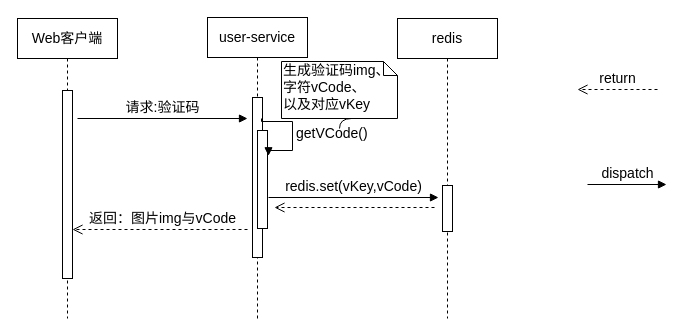
waterwatermelon/graph keeps this draw.io diagram as page "sequence-vcode" (1 of 4) of CDRS/module-design.drawio. Above is the earlier version. Source tidied: cells renumbered, new cells numbered last; positions are measured from the earlier drawing's top-left corner, leaving out a move shared by most shapes. Both pictures are drawn from the tidied source at 100%, with x=0, y=0 at pixel (17, 17).
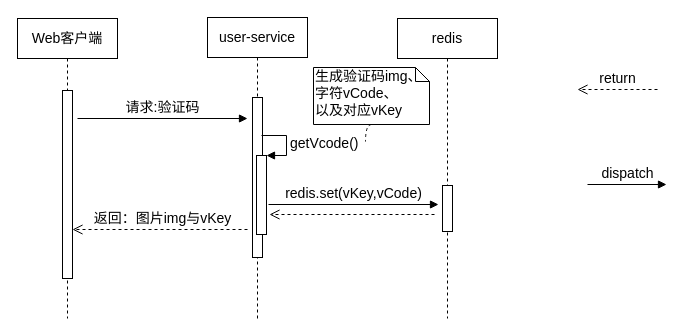
The same diagram, later.

The change refers to these unchanged cells:
```xml
<mxCell id="2" value="user-service" style="shape=umlLifeline;perimeter=lifelinePerimeter;whiteSpace=wrap;html=1;fontSize=14;" parent="1" vertex="1">
  <mxGeometry x="190" width="100" height="301" as="geometry" />
</mxCell>
```

The edit, as a diff of the source:
```diff
@@
+    <mxCell id="18" style="html=1;points=[];perimeter=orthogonalPerimeter;strokeColor=#000000;strokeWidth=1;fontSize=14;fontColor=none;" parent="2" vertex="1">
+      <mxGeometry x="49" y="138" width="10" height="79" as="geometry" />
+    </mxCell>
+    <mxCell id="19" value="getVcode()" style="edgeStyle=orthogonalEdgeStyle;html=1;align=left;spacingLeft=2;endArrow=block;rounded=0;entryX=1;entryY=0;strokeWidth=1;fontSize=14;fontColor=none;" parent="2" edge="1" target="18">
+      <mxGeometry relative="1" as="geometry">
+        <mxPoint x="54" y="118" as="sourcePoint" />
+        <Array as="points">
+          <mxPoint x="79" y="118" />
+        </Array>
+      </mxGeometry>
+    </mxCell>
@@
-    <mxCell id="9" style="html=1;points=[];perimeter=orthogonalPerimeter;fontSize=14;" parent="1" vertex="1">
-      <mxGeometry x="240" y="113" width="10" height="98" as="geometry" />
-    </mxCell>
-    <mxCell id="10" value="getVCode()" style="edgeStyle=orthogonalEdgeStyle;html=1;align=left;spacingLeft=2;endArrow=block;rounded=0;fontSize=14;entryX=1.1;entryY=0.258;entryDx=0;entryDy=0;entryPerimeter=0;" parent="1" edge="1" target="9">
-      <mxGeometry relative="1" as="geometry">
-        <mxPoint x="244" y="101" as="sourcePoint" />
-        <Array as="points">
-          <mxPoint x="275" y="104" />
-          <mxPoint x="275" y="133" />
-        </Array>
-      </mxGeometry>
-    </mxCell>
-    <mxCell id="11" style="edgeStyle=orthogonalEdgeStyle;rounded=0;orthogonalLoop=1;jettySize=auto;html=1;exitX=0.5;exitY=1;exitDx=0;exitDy=0;exitPerimeter=0;fontSize=14;curved=1;endArrow=none;endFill=0;" parent="1" edge="1">
-      <mxGeometry relative="1" as="geometry">
-        <mxPoint x="334" y="101" as="sourcePoint" />
-        <mxPoint x="322" y="111" as="targetPoint" />
-      </mxGeometry>
-    </mxCell>
+    <mxCell id="20" style="edgeStyle=orthogonalEdgeStyle;rounded=0;jettySize=auto;html=1;exitX=0.5;exitY=1;exitDx=0;exitDy=0;exitPerimeter=0;strokeWidth=1;fontSize=14;fontColor=none;endArrow=none;endFill=0;dashed=1;curved=1;" parent="1" edge="1" source="12">
+      <mxGeometry relative="1" as="geometry">
+        <mxPoint x="348" y="124" as="targetPoint" />
+      </mxGeometry>
+    </mxCell>
     <mxCell id="12" value="&lt;span style=&quot;white-space: nowrap; font-size: 14px;&quot;&gt;生成验证码img、&lt;/span&gt;&lt;br style=&quot;white-space: nowrap; font-size: 14px;&quot;&gt;&lt;span style=&quot;white-space: nowrap; font-size: 14px;&quot;&gt;字符vCode、&lt;/span&gt;&lt;br style=&quot;white-space: nowrap; font-size: 14px;&quot;&gt;&lt;span style=&quot;white-space: nowrap; font-size: 14px;&quot;&gt;以及对应vKey&lt;/span&gt;" style="shape=note;whiteSpace=wrap;html=1;size=14;verticalAlign=top;align=left;spacingTop=-6;fontSize=14;" parent="1" vertex="1">
-      <mxGeometry x="264" y="44" width="116" height="57" as="geometry" />
+      <mxGeometry x="296" y="50" width="116" height="57" as="geometry" />
     </mxCell>
     <mxCell id="13" value="redis.set(vKey,vCode)" style="html=1;verticalAlign=bottom;endArrow=block;fontSize=14;" parent="1" edge="1">
       <mxGeometry relative="1" as="geometry">
-        <mxPoint x="251" y="180" as="sourcePoint" />
-        <mxPoint x="421" y="180" as="targetPoint" />
+        <mxPoint x="251" y="187" as="sourcePoint" />
+        <mxPoint x="421" y="187" as="targetPoint" />
       </mxGeometry>
     </mxCell>
-    <mxCell id="14" value="返回：图片img与vCode" style="html=1;verticalAlign=bottom;endArrow=open;dashed=1;endSize=8;fontSize=14;" parent="1" edge="1">
+    <mxCell id="14" value="返回：图片img与vKey" style="html=1;verticalAlign=bottom;endArrow=open;dashed=1;endSize=8;fontSize=14;" parent="1" edge="1">
       <mxGeometry x="-0.03" relative="1" as="geometry">
         <mxPoint x="230" y="212" as="sourcePoint" />
         <mxPoint x="55" y="212" as="targetPoint" />
       </mxGeometry>
     </mxCell>
@@
     <mxCell id="17" style="html=1;verticalAlign=bottom;endArrow=open;dashed=1;endSize=8;fontSize=14;" parent="1" edge="1">
       <mxGeometry relative="1" as="geometry">
-        <mxPoint x="417" y="190" as="sourcePoint" />
-        <mxPoint x="257" y="190" as="targetPoint" />
+        <mxPoint x="417" y="197" as="sourcePoint" />
+        <mxPoint x="252" y="197" as="targetPoint" />
       </mxGeometry>
     </mxCell>
```
